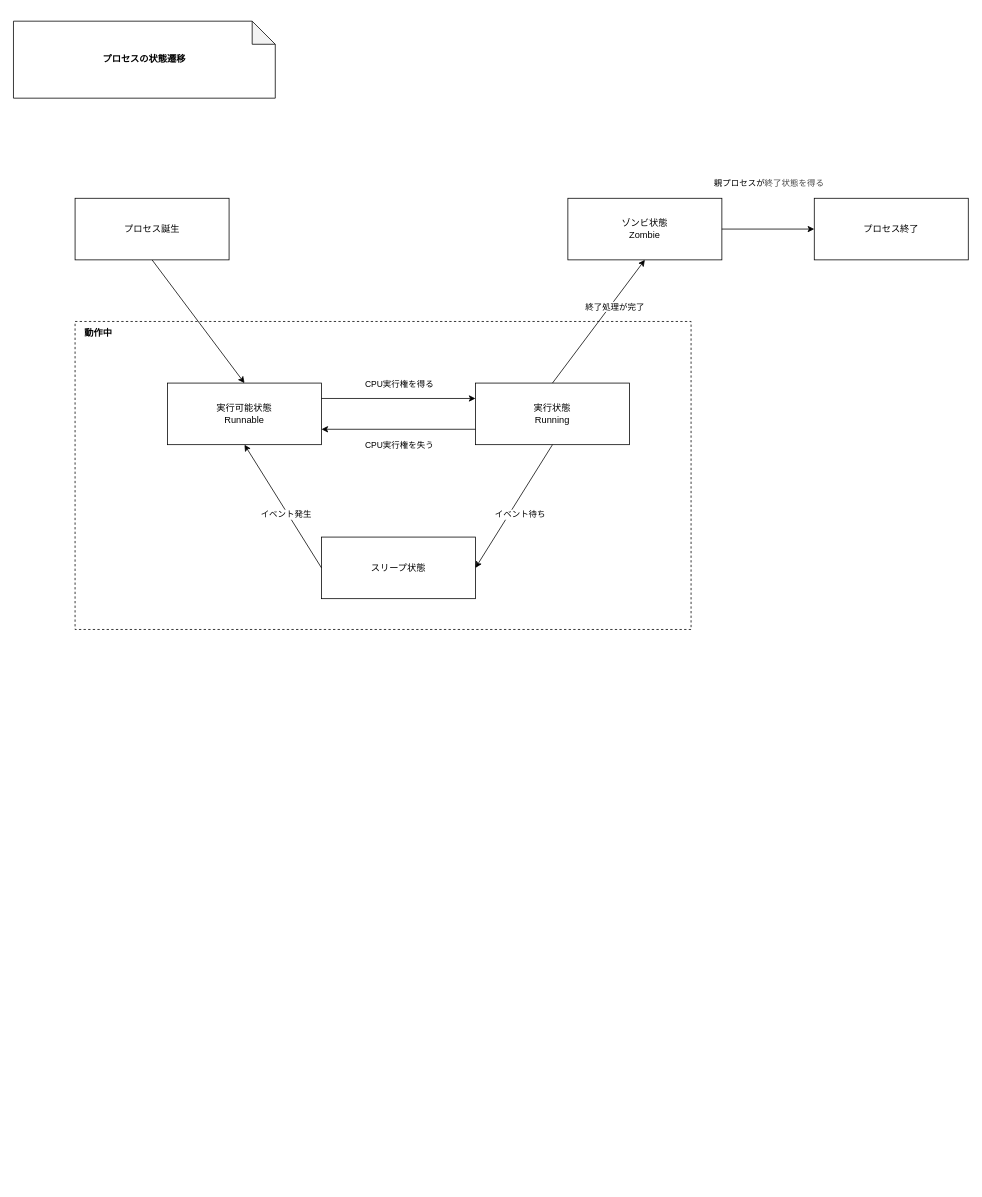
The draw.io diagram linux/diagrams/process_states.drawio in ackintosh/sandbox, before the edit. Source tidied: cells renumbered, new cells numbered last; positions are measured from the earlier drawing's top-left corner, leaving out a move shared by most shapes. Both pictures are drawn from the tidied source at 77%, with x=0, y=0 at pixel (13, 21).
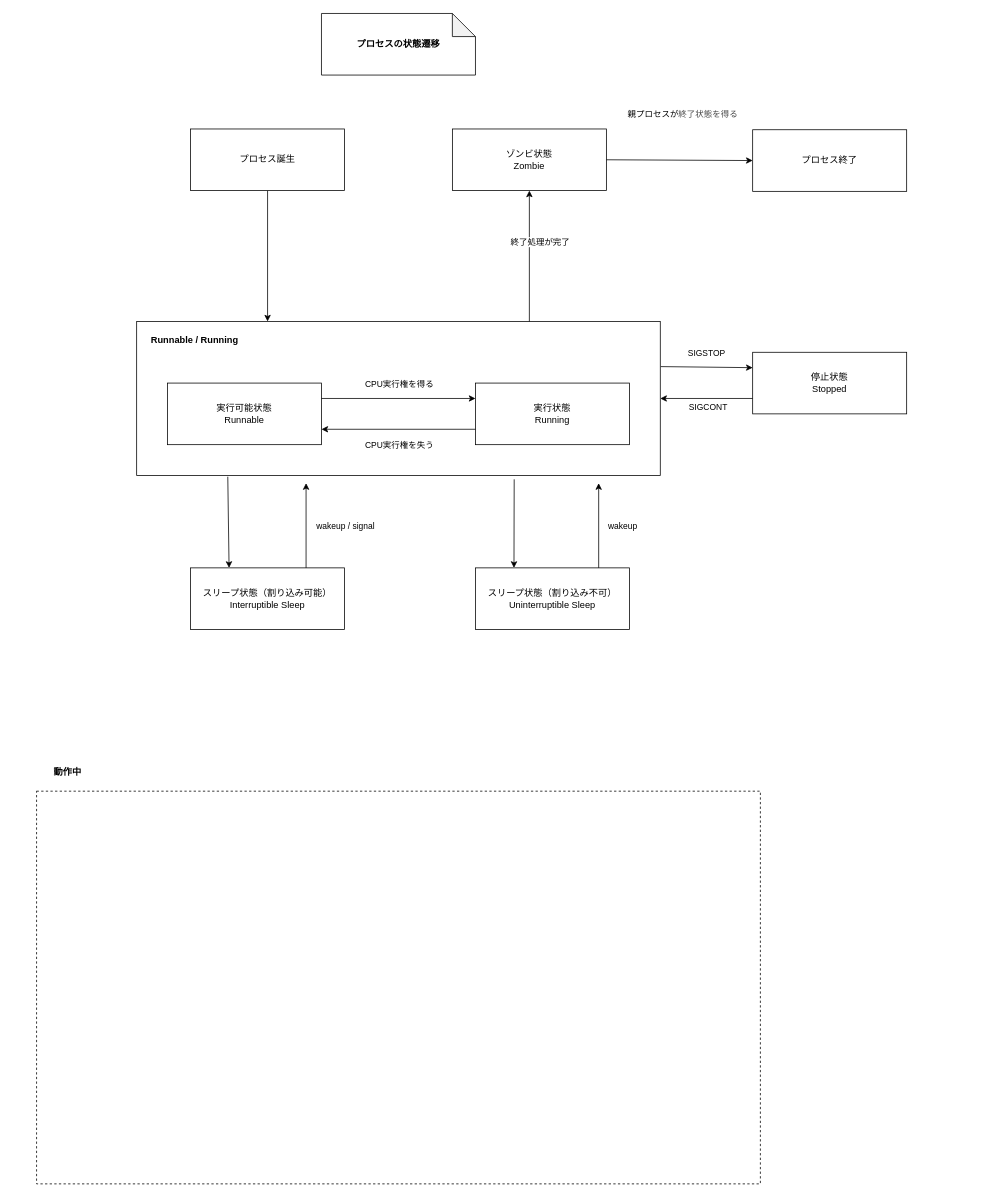
Above is the later version.

The change refers to these unchanged cells:
```xml
<mxCell id="5" value="実行可能状態&lt;div&gt;Runnable&lt;/div&gt;" style="rounded=0;whiteSpace=wrap;html=1;" parent="1" vertex="1">
  <mxGeometry x="200" y="470" width="200" height="80" as="geometry" />
</mxCell>
<mxCell id="6" value="実行状態&lt;div&gt;Running&lt;/div&gt;" style="rounded=0;whiteSpace=wrap;html=1;" parent="1" vertex="1">
  <mxGeometry x="600" y="470" width="200" height="80" as="geometry" />
</mxCell>
```

What changed in the source:
```diff
@@
+    <mxCell id="24" style="rounded=0;whiteSpace=wrap;html=1;fillColor=none;" parent="1" vertex="1">
+      <mxGeometry x="160" y="390" width="680" height="200" as="geometry" />
+    </mxCell>
-    <mxCell id="2" style="edgeStyle=none;html=1;exitX=0.5;exitY=1;exitDx=0;exitDy=0;entryX=0.5;entryY=0;entryDx=0;entryDy=0;" parent="1" edge="1" source="3" target="5">
+    <mxCell id="2" style="edgeStyle=none;html=1;exitX=0.5;exitY=1;exitDx=0;exitDy=0;entryX=0.25;entryY=0;entryDx=0;entryDy=0;" parent="1" edge="1" source="3" target="24">
       <mxGeometry relative="1" as="geometry" />
     </mxCell>
     <mxCell id="3" value="プロセス誕生" style="rounded=0;whiteSpace=wrap;html=1;" parent="1" vertex="1">
-      <mxGeometry x="80" y="230" width="200" height="80" as="geometry" />
+      <mxGeometry x="230" y="140" width="200" height="80" as="geometry" />
     </mxCell>
     <mxCell id="4" value="プロセスの状態遷移" style="shape=note;whiteSpace=wrap;html=1;backgroundOutline=1;darkOpacity=0.05;fontStyle=1;" parent="1" vertex="1">
-      <mxGeometry width="340" height="100" as="geometry" />
+      <mxGeometry x="400" y="-10" width="200" height="80" as="geometry" />
     </mxCell>
@@
-    <mxCell id="7" value="スリープ状態" style="rounded=0;whiteSpace=wrap;html=1;" parent="1" vertex="1">
-      <mxGeometry x="400" y="670" width="200" height="80" as="geometry" />
+    <mxCell id="7" value="停止状態&lt;div&gt;Stopped&lt;/div&gt;" style="rounded=0;whiteSpace=wrap;html=1;" parent="1" vertex="1">
+      <mxGeometry x="960" y="430" width="200" height="80" as="geometry" />
     </mxCell>
     <mxCell id="8" value="ゾンビ状態&lt;div&gt;Zombie&lt;/div&gt;" style="rounded=0;whiteSpace=wrap;html=1;" parent="1" vertex="1">
-      <mxGeometry x="720" y="230" width="200" height="80" as="geometry" />
+      <mxGeometry x="570" y="140" width="200" height="80" as="geometry" />
     </mxCell>
     <mxCell id="9" value="プロセス終了" style="rounded=0;whiteSpace=wrap;html=1;" parent="1" vertex="1">
-      <mxGeometry x="1040" y="230" width="200" height="80" as="geometry" />
+      <mxGeometry x="960" y="141" width="200" height="80" as="geometry" />
     </mxCell>
@@
-    <mxCell id="14" style="edgeStyle=none;html=1;exitX=0;exitY=0.5;exitDx=0;exitDy=0;entryX=0.5;entryY=1;entryDx=0;entryDy=0;" parent="1" edge="1" source="7" target="5">
+    <mxCell id="14" style="edgeStyle=none;html=1;exitX=0;exitY=0.75;exitDx=0;exitDy=0;entryX=1;entryY=0.5;entryDx=0;entryDy=0;" parent="1" edge="1" source="7" target="24">
       <mxGeometry relative="1" as="geometry" />
     </mxCell>
-    <mxCell id="15" value="イベント発生" style="edgeLabel;html=1;align=center;verticalAlign=middle;" parent="14" vertex="1">
-      <mxGeometry x="0.11" y="2" relative="1" as="geometry">
-        <mxPoint x="11" y="18" as="offset" />
-      </mxGeometry>
-    </mxCell>
+    <mxCell id="25" value="SIGCONT" style="edgeLabel;html=1;align=center;verticalAlign=middle;" parent="14" vertex="1">
+      <mxGeometry x="0.24" y="1" relative="1" as="geometry">
+        <mxPoint x="15" y="9" as="offset" />
+      </mxGeometry>
+    </mxCell>
-    <mxCell id="16" style="edgeStyle=none;html=1;exitX=0.5;exitY=1;exitDx=0;exitDy=0;entryX=1;entryY=0.5;entryDx=0;entryDy=0;" parent="1" edge="1" source="6" target="7">
+    <mxCell id="16" style="edgeStyle=none;html=1;entryX=0;entryY=0.25;entryDx=0;entryDy=0;exitX=1.001;exitY=0.293;exitDx=0;exitDy=0;exitPerimeter=0;" parent="1" edge="1" source="24" target="7">
       <mxGeometry relative="1" as="geometry" />
     </mxCell>
-    <mxCell id="17" value="イベント待ち" style="edgeLabel;html=1;align=center;verticalAlign=middle;" parent="16" vertex="1">
-      <mxGeometry x="0.11" y="2" relative="1" as="geometry">
-        <mxPoint x="11" as="offset" />
-      </mxGeometry>
-    </mxCell>
+    <mxCell id="26" value="SIGSTOP" style="edgeLabel;html=1;align=center;verticalAlign=middle;" parent="16" vertex="1">
+      <mxGeometry x="-0.2" y="3" relative="1" as="geometry">
+        <mxPoint x="11" y="-16" as="offset" />
+      </mxGeometry>
+    </mxCell>
-    <mxCell id="18" style="edgeStyle=none;html=1;exitX=0.5;exitY=0;exitDx=0;exitDy=0;entryX=0.5;entryY=1;entryDx=0;entryDy=0;" parent="1" edge="1" source="6" target="8">
+    <mxCell id="18" style="edgeStyle=none;html=1;entryX=0.5;entryY=1;entryDx=0;entryDy=0;exitX=0.75;exitY=0;exitDx=0;exitDy=0;" parent="1" edge="1" source="24" target="8">
       <mxGeometry relative="1" as="geometry" />
     </mxCell>
@@
     <mxCell id="22" style="rounded=0;whiteSpace=wrap;html=1;fillColor=none;dashed=1;" parent="1" vertex="1">
-      <mxGeometry x="80" y="390" width="800" height="400" as="geometry" />
+      <mxGeometry x="30" y="1000" width="940" height="510" as="geometry" />
     </mxCell>
     <mxCell id="23" value="動作中" style="text;html=1;align=center;verticalAlign=middle;strokeColor=none;fillColor=none;fontStyle=1;" parent="1" vertex="1">
-      <mxGeometry x="80" y="390" width="60" height="30" as="geometry" />
+      <mxGeometry x="40" y="960" width="60" height="30" as="geometry" />
     </mxCell>
+    <mxCell id="27" value="Runnable / Running" style="text;html=1;align=center;verticalAlign=middle;strokeColor=none;fillColor=none;fontStyle=1;" parent="1" vertex="1">
+      <mxGeometry x="170" y="400" width="130" height="30" as="geometry" />
+    </mxCell>
+    <mxCell id="28" value="スリープ状態（割り込み可能）&lt;div&gt;Interruptible Sleep&lt;/div&gt;" style="rounded=0;whiteSpace=wrap;html=1;" parent="1" vertex="1">
+      <mxGeometry x="230" y="710" width="200" height="80" as="geometry" />
+    </mxCell>
+    <mxCell id="29" value="スリープ状態（割り込み不可）&lt;div&gt;Uninterruptible Sleep&lt;/div&gt;" style="rounded=0;whiteSpace=wrap;html=1;" parent="1" vertex="1">
+      <mxGeometry x="600" y="710" width="200" height="80" as="geometry" />
+    </mxCell>
+    <mxCell id="30" style="edgeStyle=none;html=1;exitX=0.174;exitY=1.008;exitDx=0;exitDy=0;entryX=0.25;entryY=0;entryDx=0;entryDy=0;exitPerimeter=0;" parent="1" edge="1" source="24" target="28">
+      <mxGeometry relative="1" as="geometry" />
+    </mxCell>
+    <mxCell id="31" style="edgeStyle=none;html=1;exitX=0.721;exitY=1.025;exitDx=0;exitDy=0;entryX=0.25;entryY=0;entryDx=0;entryDy=0;exitPerimeter=0;" parent="1" edge="1" source="24" target="29">
+      <mxGeometry relative="1" as="geometry" />
+    </mxCell>
+    <mxCell id="32" style="edgeStyle=none;html=1;exitX=0.75;exitY=0;exitDx=0;exitDy=0;" parent="1" edge="1" source="28">
+      <mxGeometry relative="1" as="geometry">
+        <mxPoint x="380" y="600" as="targetPoint" />
+      </mxGeometry>
+    </mxCell>
+    <mxCell id="33" value="wakeup / signal" style="edgeLabel;html=1;align=center;verticalAlign=middle;" parent="32" vertex="1">
+      <mxGeometry x="0.15" y="-1" relative="1" as="geometry">
+        <mxPoint x="49" y="8" as="offset" />
+      </mxGeometry>
+    </mxCell>
+    <mxCell id="34" style="edgeStyle=none;html=1;exitX=0.75;exitY=0;exitDx=0;exitDy=0;" parent="1" edge="1">
+      <mxGeometry relative="1" as="geometry">
+        <mxPoint x="760" y="710" as="sourcePoint" />
+        <mxPoint x="760" y="600" as="targetPoint" />
+      </mxGeometry>
+    </mxCell>
+    <mxCell id="35" value="wakeup" style="edgeLabel;html=1;align=center;verticalAlign=middle;" parent="34" vertex="1">
+      <mxGeometry x="0.17" y="4" relative="1" as="geometry">
+        <mxPoint x="34" y="9" as="offset" />
+      </mxGeometry>
+    </mxCell>
```
